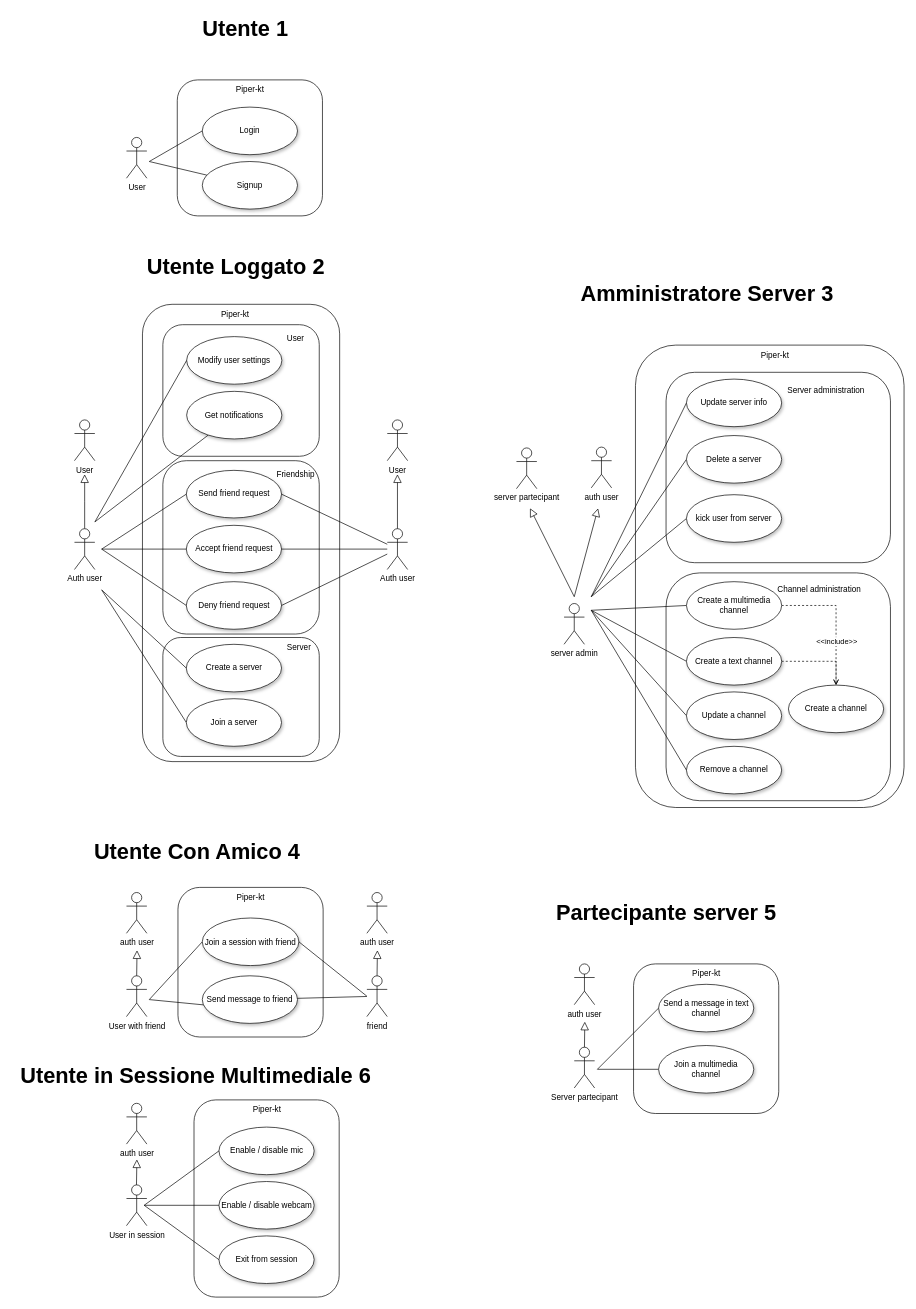
Before: page "Business Requirements" (2 of 2) of resources/schema.drawio in zucchero-sintattico/piper-kt, a draw.io diagram. Source tidied: cells renumbered, new cells numbered last; positions are measured from the earlier drawing's top-left corner, leaving out a move shared by most shapes. Both pictures are drawn from the tidied source at 68%, with x=0, y=0 at pixel (12, 12).
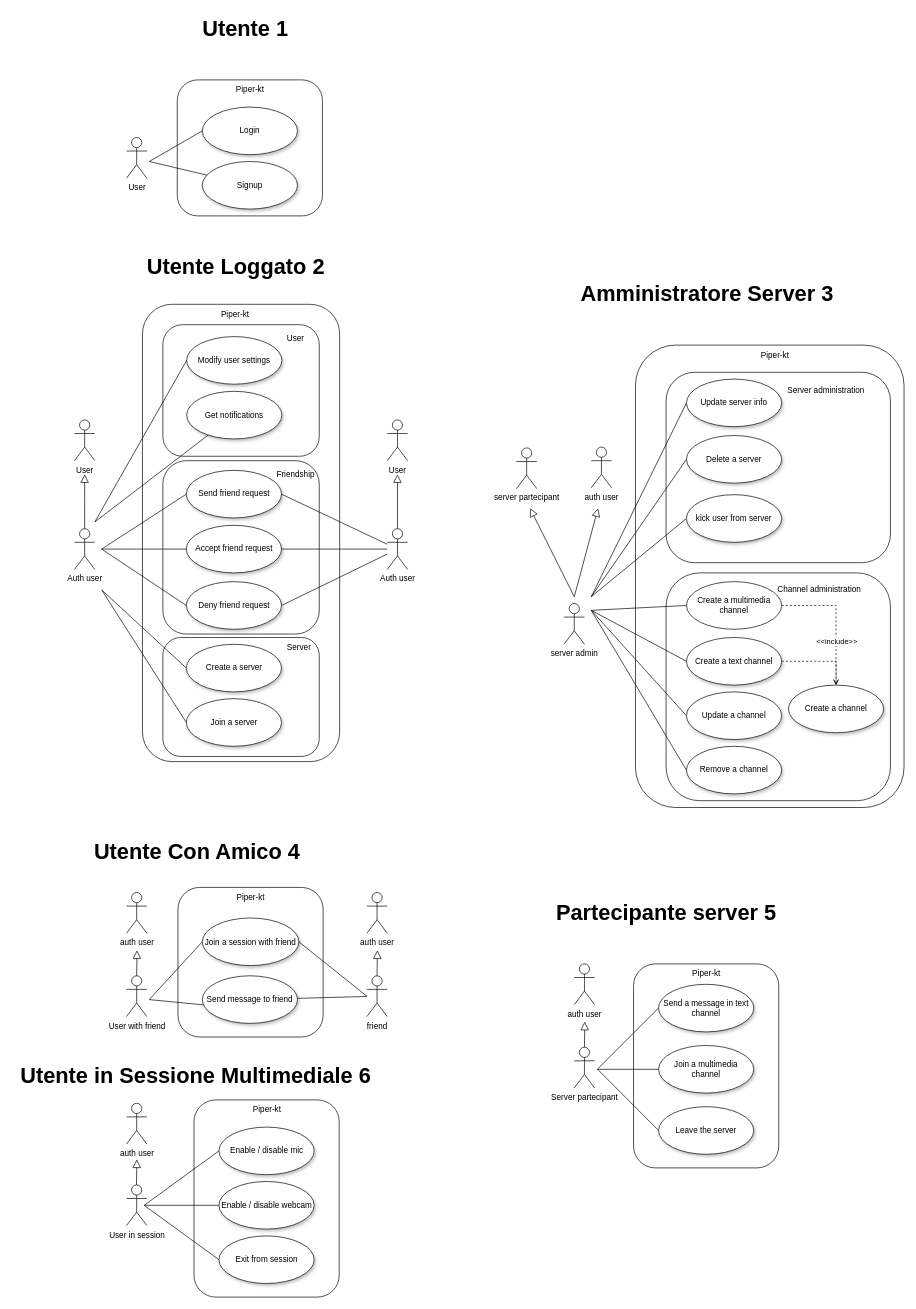
The same page after the edit.

Diff of the diagram source:
```diff
@@
     <mxCell id="3" style="rounded=1;whiteSpace=wrap;html=1;" parent="1" vertex="1">
-      <mxGeometry x="914.2" y="1400" width="213.5" height="220" as="geometry" />
+      <mxGeometry x="914.2" y="1400" width="213.5" height="300" as="geometry" />
     </mxCell>
@@
+    <mxCell id="109" value="Leave the server" style="ellipse;whiteSpace=wrap;html=1;shadow=1;" parent="1" vertex="1">
+      <mxGeometry x="951" y="1610" width="140" height="70" as="geometry" />
+    </mxCell>
+    <mxCell id="110" style="rounded=0;jettySize=auto;html=1;endArrow=none;endFill=0;entryX=0;entryY=0.5;entryDx=0;entryDy=0;" parent="1" edge="1" target="109">
+      <mxGeometry relative="1" as="geometry">
+        <mxPoint x="861" y="1554.7" as="sourcePoint" />
+      </mxGeometry>
+    </mxCell>
```
